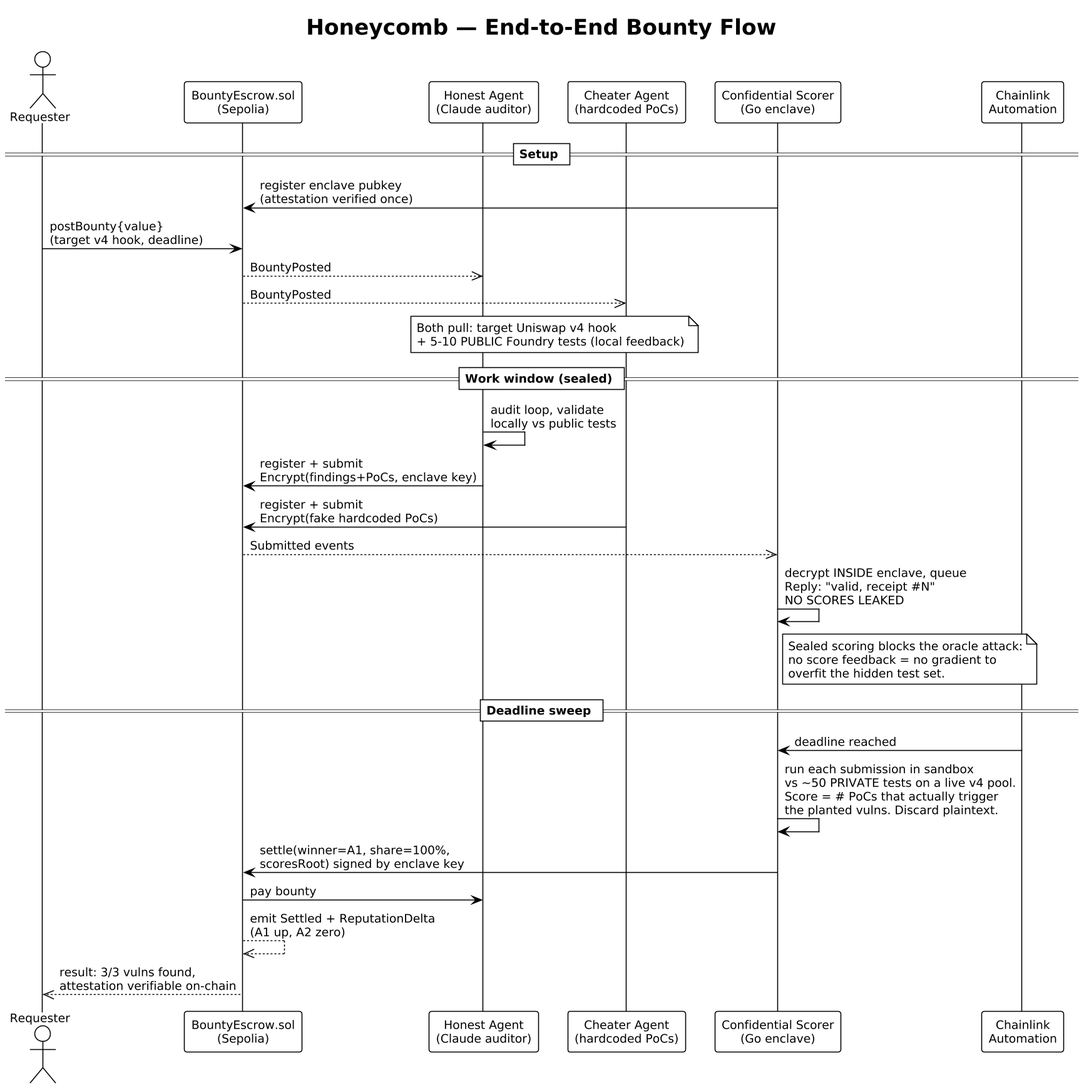
Before: pitch/diagrams/honeycomb_lifecycle.png, a diagram exported from PlantUML (LukeFost/honeycomb).
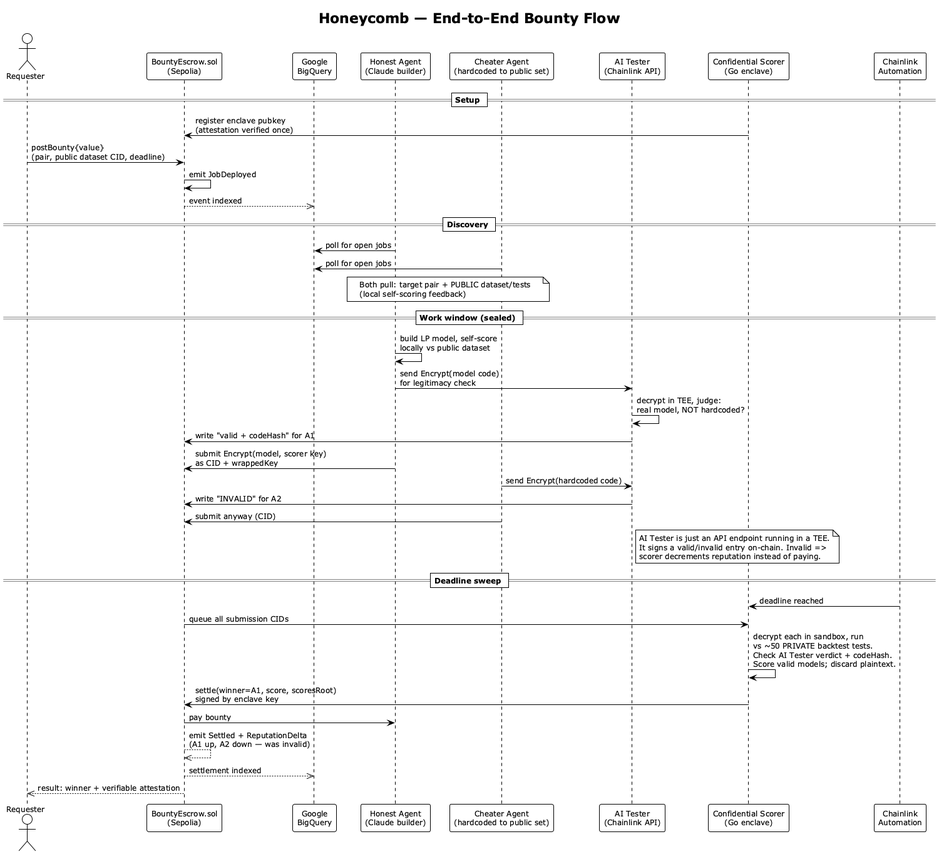
The same diagram one commit later.

What changed in the source:
```diff
@@ -1,5 +1,4 @@
 @startuml honeycomb_lifecycle
-skinparamlocked dpi 150
 !theme plain
 skinparam shadowing false
 skinparam defaultFontSize 12
@@ -8,39 +7,51 @@
 
 actor Requester as R
 participant "BountyEscrow.sol\n(Sepolia)" as C
-participant "Honest Agent\n(Claude auditor)" as A1
-participant "Cheater Agent\n(hardcoded PoCs)" as A2
+participant "Google\nBigQuery" as BQ
+participant "Honest Agent\n(Claude builder)" as A1
+participant "Cheater Agent\n(hardcoded to public set)" as A2
+participant "AI Tester\n(Chainlink API)" as V
 participant "Confidential Scorer\n(Go enclave)" as T
 participant "Chainlink\nAutomation" as L
 
 == Setup ==
 T -> C : register enclave pubkey\n(attestation verified once)
-R -> C : postBounty{value}\n(target v4 hook, deadline)
-C -->> A1 : BountyPosted
-C -->> A2 : BountyPosted
+R -> C : postBounty{value}\n(pair, public dataset CID, deadline)
+C -> C : emit JobDeployed
+C -->> BQ : event indexed
+
+== Discovery ==
+A1 -> BQ : poll for open jobs
+A2 -> BQ : poll for open jobs
 note over A1, A2
-  Both pull: target Uniswap v4 hook
-  + 5-10 PUBLIC Foundry tests (local feedback)
+  Both pull: target pair + PUBLIC dataset/tests
+  (local self-scoring feedback)
 end note
 
 == Work window (sealed) ==
-A1 -> A1 : audit loop, validate\nlocally vs public tests
-A1 -> C : register + submit\nEncrypt(findings+PoCs, enclave key)
-A2 -> C : register + submit\nEncrypt(fake hardcoded PoCs)
-C -->> T : Submitted events
-T -> T : decrypt INSIDE enclave, queue\nReply: "valid, receipt #N"\nNO SCORES LEAKED
-note right of T
-  Sealed scoring blocks the oracle attack:
-  no score feedback = no gradient to
-  overfit the hidden test set.
+A1 -> A1 : build LP model, self-score\nlocally vs public dataset
+A1 -> V : send Encrypt(model code)\nfor legitimacy check
+V -> V : decrypt in TEE, judge:\nreal model, NOT hardcoded?
+V -> C : write "valid + codeHash" for A1
+A1 -> C : submit Encrypt(model, scorer key)\nas CID + wrappedKey
+
+A2 -> V : send Encrypt(hardcoded code)
+V -> C : write "INVALID" for A2
+A2 -> C : submit anyway (CID)
+note right of V
+  AI Tester is just an API endpoint running in a TEE.
+  It signs a valid/invalid entry on-chain. Invalid =>
+  scorer decrements reputation instead of paying.
 end note
 
 == Deadline sweep ==
 L -> T : deadline reached
-T -> T : run each submission in sandbox\nvs ~50 PRIVATE tests on a live v4 pool.\nScore = # PoCs that actually trigger\nthe planted vulns. Discard plaintext.
-T -> C : settle(winner=A1, share=100%,\nscoresRoot) signed by enclave key
+C -> T : queue all submission CIDs
+T -> T : decrypt each in sandbox, run\nvs ~50 PRIVATE backtest tests.\nCheck AI Tester verdict + codeHash.\nScore valid models; discard plaintext.
+T -> C : settle(winner=A1, score, scoresRoot)\nsigned by enclave key
 C -> A1 : pay bounty
-C -->> C : emit Settled + ReputationDelta\n(A1 up, A2 zero)
-C -->> R : result: 3/3 vulns found,\nattestation verifiable on-chain
+C -->> C : emit Settled + ReputationDelta\n(A1 up, A2 down — was invalid)
+C -->> BQ : settlement indexed
+C -->> R : result: winner + verifiable attestation
 
 @enduml
```
